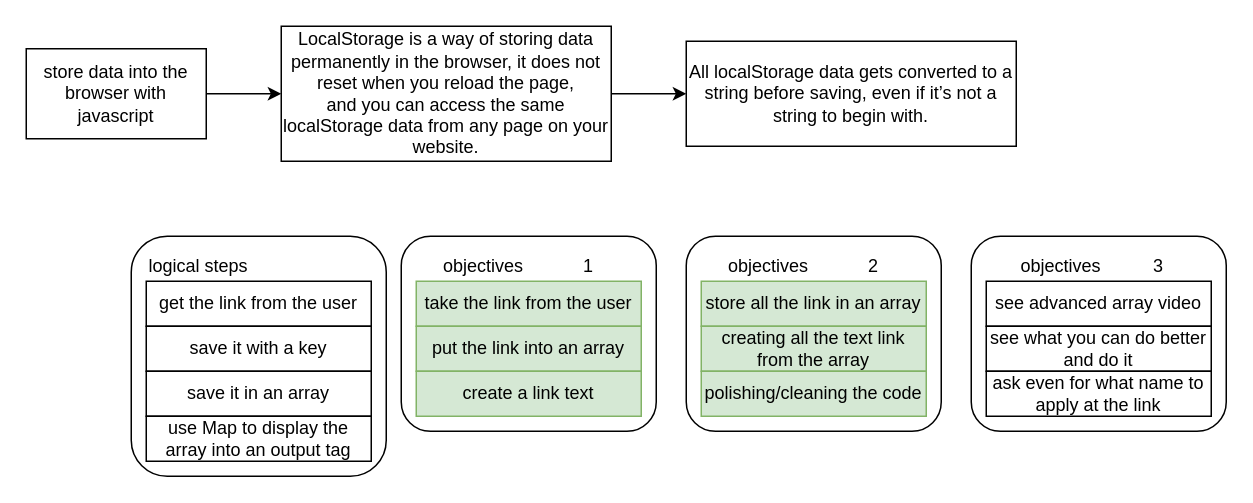
gabrieleboccarusso/startpage keeps this draw.io diagram as data_storage.drawio. Above is the earlier version. Source tidied: cells renumbered, new cells numbered last; positions are measured from the earlier drawing's top-left corner, leaving out a move shared by most shapes. Both pictures are drawn from the tidied source at 150%, with x=0, y=0 at pixel (26, 26).
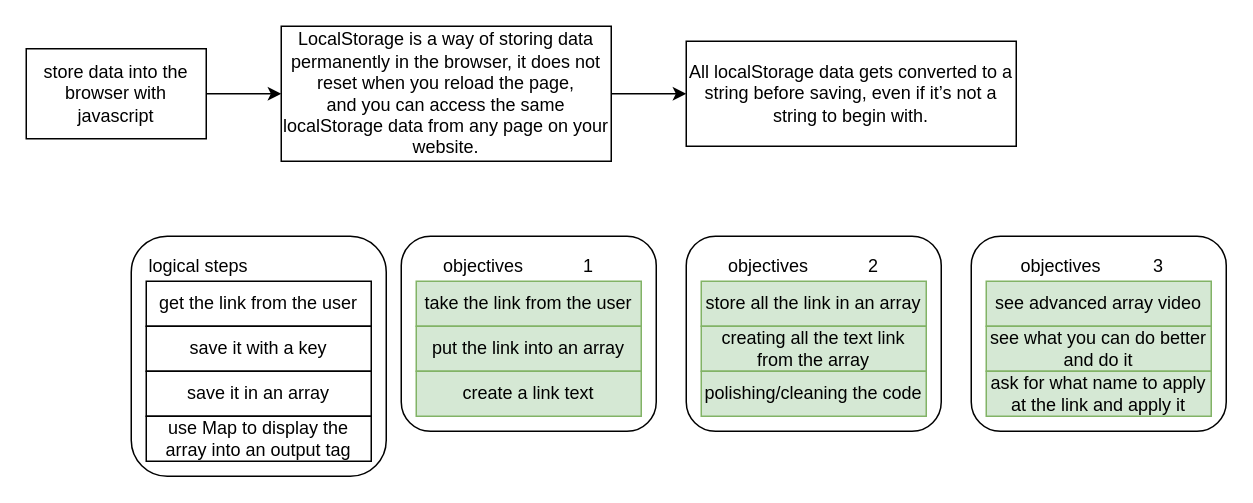
Above is the later version.

Commit message (it also covers changes not shown here):
added possiblity to enter link and description of the link - made the array of link an array of object

Change to the diagram source:
```diff
@@
-    <mxCell id="27" value="see advanced array video" style="rounded=0;whiteSpace=wrap;html=1;" parent="1" vertex="1">
+    <mxCell id="27" value="see advanced array video" style="rounded=0;whiteSpace=wrap;html=1;fillColor=#d5e8d4;strokeColor=#82b366;" parent="1" vertex="1">
       <mxGeometry x="640" y="170" width="150" height="30" as="geometry" />
     </mxCell>
@@
-    <mxCell id="29" value="see what you can do better and do it" style="rounded=0;whiteSpace=wrap;html=1;" parent="1" vertex="1">
+    <mxCell id="29" value="see what you can do better and do it" style="rounded=0;whiteSpace=wrap;html=1;fillColor=#d5e8d4;strokeColor=#82b366;" parent="1" vertex="1">
       <mxGeometry x="640" y="200" width="150" height="30" as="geometry" />
     </mxCell>
-    <mxCell id="30" value="ask even for what name to apply at the link" style="rounded=0;whiteSpace=wrap;html=1;" parent="1" vertex="1">
+    <mxCell id="30" value="ask for what name to apply at the link and apply it" style="rounded=0;whiteSpace=wrap;html=1;fillColor=#d5e8d4;strokeColor=#82b366;" parent="1" vertex="1">
       <mxGeometry x="640" y="230" width="150" height="30" as="geometry" />
     </mxCell>
```
